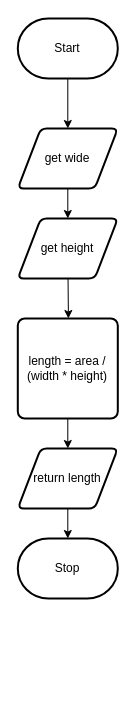
Rodas-Nega1/ics4u-unit-1-05-typescript keeps this draw.io diagram as flowchart.drawio. Above is the earlier version. Source tidied: cells renumbered, new cells numbered last; positions are measured from the earlier drawing's top-left corner, leaving out a move shared by most shapes. Both pictures are drawn from the tidied source at 100%, with x=0, y=0 at pixel (17, 18).
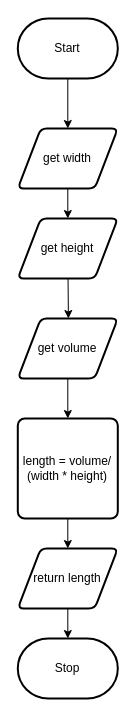
The same page after the edit.

What changed in the source:
```diff
@@
 <mxGraphModel>
   <root>
     <mxCell id="0" />
     <mxCell id="1" parent="0" />
     <mxCell id="2" style="edgeStyle=none;html=1;" parent="1" edge="1" source="3" target="5">
       <mxGeometry relative="1" as="geometry" />
     </mxCell>
     <mxCell id="3" value="Start" style="strokeWidth=2;html=1;shape=mxgraph.flowchart.terminator;whiteSpace=wrap;" parent="1" vertex="1">
       <mxGeometry x="0.3" width="100" height="60" as="geometry" />
     </mxCell>
     <mxCell id="4" style="edgeStyle=none;html=1;" parent="1" edge="1" source="5" target="7">
       <mxGeometry relative="1" as="geometry" />
     </mxCell>
-    <mxCell id="5" value="get wide" style="shape=parallelogram;html=1;strokeWidth=2;perimeter=parallelogramPerimeter;whiteSpace=wrap;rounded=1;arcSize=12;size=0.23;" parent="1" vertex="1">
+    <mxCell id="5" value="get width" style="shape=parallelogram;html=1;strokeWidth=2;perimeter=parallelogramPerimeter;whiteSpace=wrap;rounded=1;arcSize=12;size=0.23;" parent="1" vertex="1">
       <mxGeometry x="0.3" y="110" width="100" height="60" as="geometry" />
     </mxCell>
     <mxCell id="6" style="edgeStyle=none;html=1;entryX=0.5;entryY=0;entryDx=0;entryDy=0;entryPerimeter=0;" parent="1" edge="1" source="7">
       <mxGeometry relative="1" as="geometry">
         <mxPoint x="50.9" y="300" as="targetPoint" />
       </mxGeometry>
     </mxCell>
     <mxCell id="7" value="get height" style="shape=parallelogram;html=1;strokeWidth=2;perimeter=parallelogramPerimeter;whiteSpace=wrap;rounded=1;arcSize=12;size=0.23;" parent="1" vertex="1">
       <mxGeometry x="0.3" y="200" width="100" height="60" as="geometry" />
     </mxCell>
+    <mxCell id="13" style="edgeStyle=none;html=1;" parent="1" edge="1" source="12" target="15">
+      <mxGeometry relative="1" as="geometry" />
+    </mxCell>
+    <mxCell id="12" value="get volume" style="shape=parallelogram;html=1;strokeWidth=2;perimeter=parallelogramPerimeter;whiteSpace=wrap;rounded=1;arcSize=12;size=0.23;" parent="1" vertex="1">
+      <mxGeometry x="0.3" y="300" width="100" height="60" as="geometry" />
+    </mxCell>
     <mxCell id="8" value="Stop" style="strokeWidth=2;html=1;shape=mxgraph.flowchart.terminator;whiteSpace=wrap;" parent="1" vertex="1">
-      <mxGeometry x="0.3" y="520" width="100" height="60" as="geometry" />
+      <mxGeometry x="0.3" y="620" width="100" height="60" as="geometry" />
     </mxCell>
-    <mxCell id="9" style="edgeStyle=none;html=1;" parent="1" edge="1" source="10">
-      <mxGeometry relative="1" as="geometry">
-        <mxPoint x="50.3" y="430" as="targetPoint" />
-      </mxGeometry>
-    </mxCell>
-    <mxCell id="10" value="length = area / (width * height)" style="rounded=1;whiteSpace=wrap;html=1;absoluteArcSize=1;arcSize=14;strokeWidth=2;" parent="1" vertex="1">
-      <mxGeometry x="0.3" y="300" width="100" height="100" as="geometry" />
-    </mxCell>
-    <mxCell id="11" style="edgeStyle=none;html=1;" parent="1" edge="1" source="12" target="8">
-      <mxGeometry relative="1" as="geometry" />
-    </mxCell>
-    <mxCell id="12" value="return length" style="shape=parallelogram;html=1;strokeWidth=2;perimeter=parallelogramPerimeter;whiteSpace=wrap;rounded=1;arcSize=12;size=0.23;" parent="1" vertex="1">
-      <mxGeometry x="0.3" y="430" width="100" height="60" as="geometry" />
-    </mxCell>
+    <mxCell id="14" style="edgeStyle=none;html=1;" parent="1" edge="1" source="15">
+      <mxGeometry relative="1" as="geometry">
+        <mxPoint x="50.3" y="530" as="targetPoint" />
+      </mxGeometry>
+    </mxCell>
+    <mxCell id="15" value="length = volume/ (width * height)" style="rounded=1;whiteSpace=wrap;html=1;absoluteArcSize=1;arcSize=14;strokeWidth=2;" parent="1" vertex="1">
+      <mxGeometry x="0.3" y="400" width="100" height="100" as="geometry" />
+    </mxCell>
+    <mxCell id="16" style="edgeStyle=none;html=1;" parent="1" edge="1" source="17" target="8">
+      <mxGeometry relative="1" as="geometry" />
+    </mxCell>
+    <mxCell id="17" value="return length" style="shape=parallelogram;html=1;strokeWidth=2;perimeter=parallelogramPerimeter;whiteSpace=wrap;rounded=1;arcSize=12;size=0.23;" parent="1" vertex="1">
+      <mxGeometry x="0.3" y="530" width="100" height="60" as="geometry" />
+    </mxCell>
   </root>
 </mxGraphModel>
```
